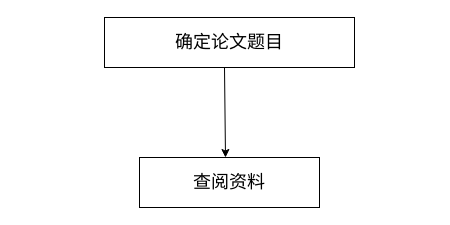
Earlier version of the draw.io diagram ClassWorks/未命名绘图.drawio (Yaozongbin0828/UMLetDraw). Source tidied: cells renumbered, new cells numbered last; positions are measured from the earlier drawing's top-left corner, leaving out a move shared by most shapes. Both pictures are drawn from the tidied source at 100%, with x=0, y=0 at pixel (104, 17).
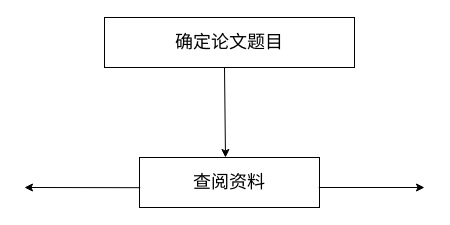
The same page after the edit.

Commit message (it also covers changes not shown here):
更新未命名绘图.drawio

Diff of the diagram source:
```diff
@@
 <mxGraphModel>
   <root>
     <mxCell id="0" />
     <mxCell id="1" parent="0" />
     <mxCell id="2" value="&lt;font style=&quot;font-size: 18px;&quot;&gt;确定论文题目&lt;/font&gt;" style="rounded=0;whiteSpace=wrap;html=1;" parent="1" vertex="1">
       <mxGeometry width="250" height="50" as="geometry" />
     </mxCell>
     <mxCell id="3" value="&lt;font style=&quot;font-size: 18px;&quot;&gt;查阅资料&lt;/font&gt;" style="rounded=0;whiteSpace=wrap;html=1;" parent="1" vertex="1">
       <mxGeometry x="35" y="140" width="180" height="50" as="geometry" />
     </mxCell>
     <mxCell id="4" style="endArrow=classic;html=1;rounded=0;" parent="1" edge="1">
       <mxGeometry relative="1" as="geometry">
         <mxPoint x="120" y="50" as="sourcePoint" />
         <mxPoint x="121" y="140" as="targetPoint" />
       </mxGeometry>
     </mxCell>
+    <mxCell id="5" style="endArrow=classic;html=1;rounded=0;exitX=0.004;exitY=0.604;exitDx=0;exitDy=0;exitPerimeter=0;" parent="1" edge="1" source="3">
+      <mxGeometry relative="1" as="geometry">
+        <mxPoint x="-80" y="170" as="targetPoint" />
+      </mxGeometry>
+    </mxCell>
+    <mxCell id="6" style="endArrow=classic;html=1;rounded=0;exitX=0.996;exitY=0.6;exitDx=0;exitDy=0;exitPerimeter=0;" parent="1" edge="1" source="3">
+      <mxGeometry relative="1" as="geometry">
+        <mxPoint x="320" y="170" as="targetPoint" />
+      </mxGeometry>
+    </mxCell>
   </root>
 </mxGraphModel>
```
